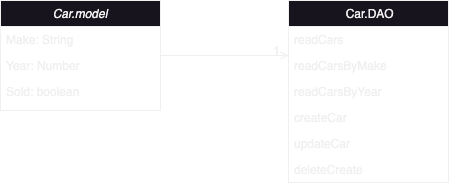
arleaf/CST391 keeps this draw.io diagram as Milestone/Milestone2/UML.drawio.png. Above is the earlier version. Source tidied: cells renumbered, new cells last; positions are measured from the earlier drawing's top-left corner, leaving out a move shared by most shapes.
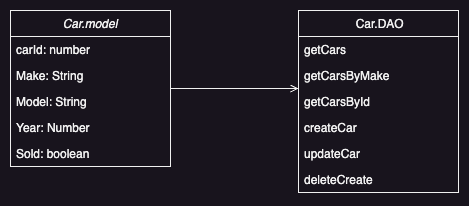
The same diagram one commit later.

Change to the diagram source:
```diff
@@ -1,31 +1,37 @@
 <mxGraphModel>
   <root>
-    <mxCell id="0" />
-    <mxCell id="1" parent="0" />
+    <mxCell id="15" />
+    <mxCell id="16" parent="15" />
-    <mxCell id="2" value="Car.model" style="swimlane;fontStyle=2;align=center;verticalAlign=top;horizontal=1;startSize=26;rounded=0;shadow=0;strokeWidth=1;" parent="1" vertex="1">
-      <mxGeometry width="160" height="110" as="geometry" />
+    <mxCell id="2" value="Car.model" style="swimlane;fontStyle=2;align=center;verticalAlign=top;horizontal=1;startSize=26;rounded=0;shadow=0;strokeWidth=1;" parent="16" vertex="1">
+      <mxGeometry width="160" height="156" as="geometry" />
     </mxCell>
+    <mxCell id="17" value="carId: number" style="text;align=left;verticalAlign=top;spacingLeft=4;spacingRight=4;overflow=hidden;" parent="2" vertex="1">
+      <mxGeometry y="26" width="160" height="26" as="geometry" />
+    </mxCell>
     <mxCell id="3" value="Make: String" style="text;align=left;verticalAlign=top;spacingLeft=4;spacingRight=4;overflow=hidden;" parent="2" vertex="1">
-      <mxGeometry y="26" width="160" height="26" as="geometry" />
+      <mxGeometry y="52" width="160" height="26" as="geometry" />
     </mxCell>
+    <mxCell id="18" value="Model: String" style="text;align=left;verticalAlign=top;spacingLeft=4;spacingRight=4;overflow=hidden;" parent="2" vertex="1">
+      <mxGeometry y="78" width="160" height="26" as="geometry" />
+    </mxCell>
     <mxCell id="4" value="Year: Number" style="text;align=left;verticalAlign=top;spacingLeft=4;spacingRight=4;overflow=hidden;rounded=0;shadow=0;html=0;" parent="2" vertex="1">
-      <mxGeometry y="52" width="160" height="26" as="geometry" />
+      <mxGeometry y="104" width="160" height="26" as="geometry" />
     </mxCell>
     <mxCell id="5" value="Sold: boolean" style="text;align=left;verticalAlign=top;spacingLeft=4;spacingRight=4;overflow=hidden;rounded=0;shadow=0;html=0;" parent="2" vertex="1">
-      <mxGeometry y="78" width="160" height="26" as="geometry" />
+      <mxGeometry y="130" width="160" height="26" as="geometry" />
     </mxCell>
-    <mxCell id="6" value=" Car.DAO" style="swimlane;fontStyle=0;align=center;verticalAlign=top;horizontal=1;startSize=26;rounded=0;shadow=0;strokeWidth=1;" parent="1" vertex="1">
+    <mxCell id="6" value=" Car.DAO" style="swimlane;fontStyle=0;align=center;verticalAlign=top;horizontal=1;startSize=26;rounded=0;shadow=0;strokeWidth=1;" parent="16" vertex="1">
       <mxGeometry x="288" width="160" height="182" as="geometry" />
     </mxCell>
-    <mxCell id="7" value="readCars" style="text;align=left;verticalAlign=top;spacingLeft=4;spacingRight=4;overflow=hidden;" parent="6" vertex="1">
-      <mxGeometry y="26" width="160" height="26" as="geometry" />
-    </mxCell>
-    <mxCell id="8" value="readCarsByMake" style="text;align=left;verticalAlign=top;spacingLeft=4;spacingRight=4;overflow=hidden;rounded=0;shadow=0;html=0;" parent="6" vertex="1">
-      <mxGeometry y="52" width="160" height="26" as="geometry" />
-    </mxCell>
-    <mxCell id="9" value="readCarsByYear" style="text;align=left;verticalAlign=top;spacingLeft=4;spacingRight=4;overflow=hidden;rounded=0;shadow=0;html=0;" parent="6" vertex="1">
-      <mxGeometry y="78" width="160" height="26" as="geometry" />
-    </mxCell>
+    <mxCell id="19" value="getCars" style="text;align=left;verticalAlign=top;spacingLeft=4;spacingRight=4;overflow=hidden;" parent="6" vertex="1">
+      <mxGeometry y="26" width="160" height="26" as="geometry" />
+    </mxCell>
+    <mxCell id="20" value="getCarsByMake" style="text;align=left;verticalAlign=top;spacingLeft=4;spacingRight=4;overflow=hidden;rounded=0;shadow=0;html=0;" parent="6" vertex="1">
+      <mxGeometry y="52" width="160" height="26" as="geometry" />
+    </mxCell>
+    <mxCell id="21" value="getCarsById" style="text;align=left;verticalAlign=top;spacingLeft=4;spacingRight=4;overflow=hidden;rounded=0;shadow=0;html=0;" parent="6" vertex="1">
+      <mxGeometry y="78" width="160" height="26" as="geometry" />
+    </mxCell>
     <mxCell id="10" value="createCar" style="text;align=left;verticalAlign=top;spacingLeft=4;spacingRight=4;overflow=hidden;rounded=0;shadow=0;html=0;" parent="6" vertex="1">
       <mxGeometry y="104" width="160" height="26" as="geometry" />
     </mxCell>
@@ -35,15 +41,10 @@
     <mxCell id="12" value="deleteCreate" style="text;align=left;verticalAlign=top;spacingLeft=4;spacingRight=4;overflow=hidden;" parent="6" vertex="1">
       <mxGeometry y="156" width="160" height="26" as="geometry" />
     </mxCell>
-    <mxCell id="13" style="endArrow=open;shadow=0;strokeWidth=1;rounded=0;endFill=1;edgeStyle=elbowEdgeStyle;elbow=vertical;" parent="1" edge="1" source="2" target="6">
+    <mxCell id="13" style="endArrow=open;shadow=0;strokeWidth=1;rounded=0;endFill=1;edgeStyle=elbowEdgeStyle;elbow=vertical;" parent="16" edge="1" source="2" target="6">
       <mxGeometry x="0.5" y="41" relative="1" as="geometry">
         <mxPoint x="-40" y="32" as="offset" />
       </mxGeometry>
     </mxCell>
-    <mxCell id="14" value="1" style="align=right;verticalAlign=bottom;labelBackgroundColor=none;fontSize=12;" parent="13" vertex="1">
-      <mxGeometry x="1" relative="1" as="geometry">
-        <mxPoint x="-7" y="4" as="offset" />
-      </mxGeometry>
-    </mxCell>
   </root>
 </mxGraphModel>
```
